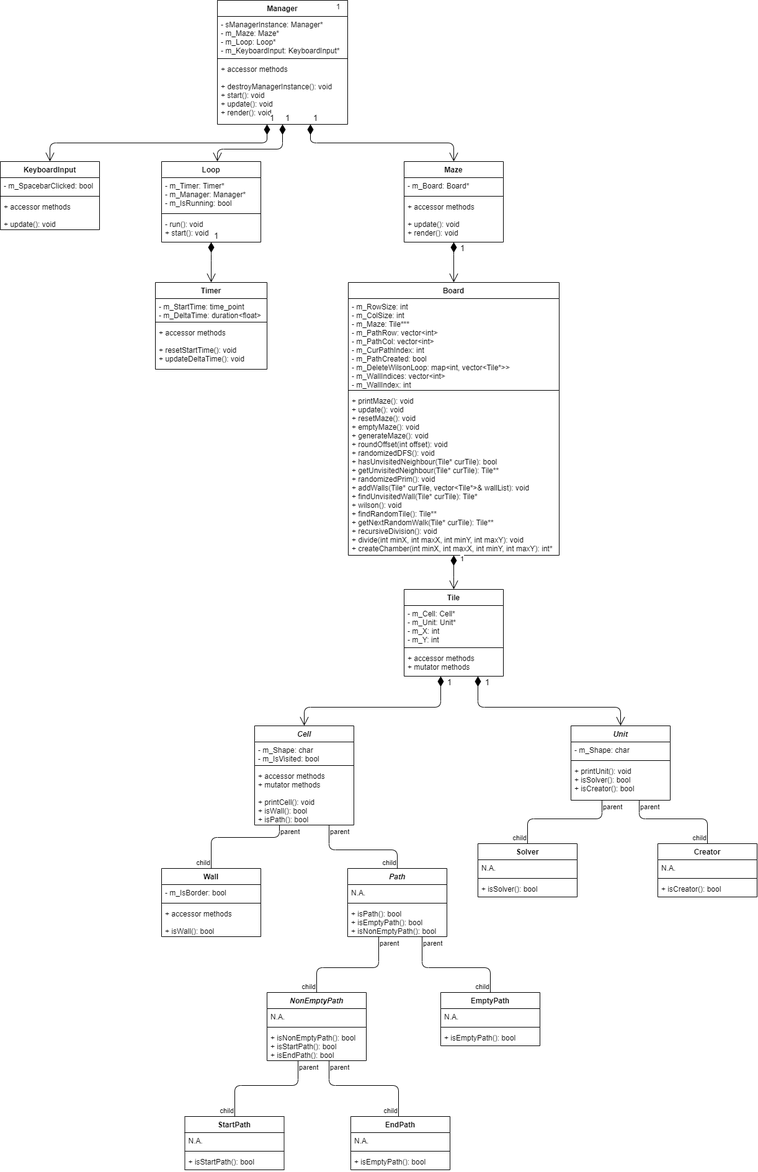
Dandoko/maze_craze keeps this draw.io diagram as assets/maze_class_diagram.png. Above is the earlier version. Source tidied: cells renumbered, new cells last; positions are measured from the earlier drawing's top-left corner, leaving out a move shared by most shapes.
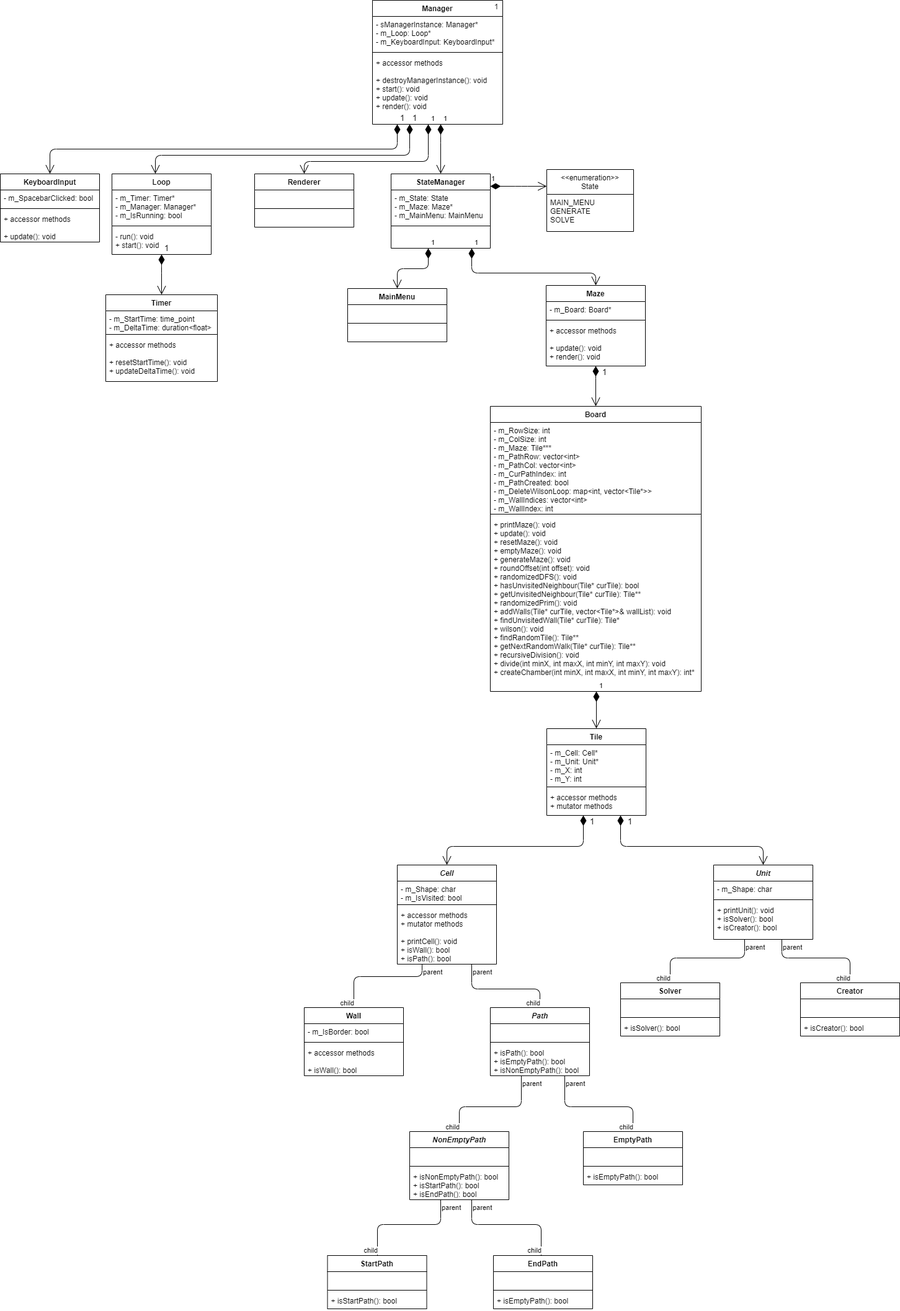
Above is the later version.

Commit message:
ver0025 desiging states

The edit, as a diff of the source:
```diff
@@ -5,3 +5,3 @@
     <mxCell id="2" value="Board" style="swimlane;fontStyle=1;align=center;verticalAlign=top;horizontal=1;startSize=26;" parent="1" vertex="1">
-      <mxGeometry x="561" y="455" width="340" height="440" as="geometry" />
+      <mxGeometry x="560" y="430" width="340" height="460" as="geometry" />
     </mxCell>
@@ -13,4 +13,4 @@
     </mxCell>
-    <mxCell id="5" value="+ printMaze(): void&#10;+ update(): void&#10;+ resetMaze(): void&#10;+ emptyMaze(): void&#10;+ generateMaze(): void&#10;+ roundOffset(int offset): void&#10;+ randomizedDFS(): void&#10;+ hasUnvisitedNeighbour(Tile* curTile): bool&#10;+ getUnvisitedNeighbour(Tile* curTile): Tile**&#10;+ randomizedPrim(): void&#10;+ addWalls(Tile* curTile, vector&lt;Tile*&gt;&amp; wallList): void&#10;+ findUnvisitedWall(Tile* curTile): Tile*&#10;+ wilson(): void&#10;+ findRandomTile(): Tile**&#10;+ getNextRandomWalk(Tile* curTile): Tile**&#10;+ recursiveDivision(): void&#10;+ divide(int minX, int maxX, int minY, int maxY): void&#10;+ createChamber(int minX, int maxX, int minY, int maxY): int*" style="text;strokeColor=none;fillColor=none;align=left;verticalAlign=top;spacingLeft=4;spacingRight=4;overflow=hidden;points=[[0,0.5],[1,0.5]];portConstraint=eastwest;" parent="2" vertex="1">
-      <mxGeometry y="178" width="340" height="262" as="geometry" />
+    <mxCell id="5" value="+ printMaze(): void&#10;+ update(): void&#10;+ resetMaze(): void&#10;+ emptyMaze(): void&#10;+ generateMaze(): void&#10;+ roundOffset(int offset): void&#10;+ randomizedDFS(): void&#10;+ hasUnvisitedNeighbour(Tile* curTile): bool&#10;+ getUnvisitedNeighbour(Tile* curTile): Tile**&#10;+ randomizedPrim(): void&#10;+ addWalls(Tile* curTile, vector&lt;Tile*&gt;&amp; wallList): void&#10;+ findUnvisitedWall(Tile* curTile): Tile*&#10;+ wilson(): void&#10;+ findRandomTile(): Tile**&#10;+ getNextRandomWalk(Tile* curTile): Tile**&#10;+ recursiveDivision(): void&#10;+ divide(int minX, int maxX, int minY, int maxY): void&#10;+ createChamber(int minX, int maxX, int minY, int maxY): int*&#10;" style="text;strokeColor=none;fillColor=none;align=left;verticalAlign=top;spacingLeft=4;spacingRight=4;overflow=hidden;points=[[0,0.5],[1,0.5]];portConstraint=eastwest;" parent="2" vertex="1">
+      <mxGeometry y="178" width="340" height="282" as="geometry" />
     </mxCell>
@@ -43,3 +43,3 @@
     </mxCell>
-    <mxCell id="15" value="N.A." style="text;strokeColor=none;fillColor=none;align=left;verticalAlign=top;spacingLeft=4;spacingRight=4;overflow=hidden;" parent="14" vertex="1">
+    <mxCell id="15" value=" " style="text;strokeColor=none;fillColor=none;align=left;verticalAlign=top;spacingLeft=4;spacingRight=4;overflow=hidden;" parent="14" vertex="1">
       <mxGeometry y="26" width="160" height="26" as="geometry" />
@@ -67,3 +67,3 @@
     </mxCell>
-    <mxCell id="23" value="N.A." style="text;strokeColor=none;fillColor=none;align=left;verticalAlign=top;spacingLeft=4;spacingRight=4;overflow=hidden;" parent="22" vertex="1">
+    <mxCell id="23" value=" " style="text;strokeColor=none;fillColor=none;align=left;verticalAlign=top;spacingLeft=4;spacingRight=4;overflow=hidden;" parent="22" vertex="1">
       <mxGeometry y="26" width="160" height="26" as="geometry" />
@@ -79,3 +79,3 @@
     </mxCell>
-    <mxCell id="27" value="N.A." style="text;strokeColor=none;fillColor=none;align=left;verticalAlign=top;spacingLeft=4;spacingRight=4;overflow=hidden;" parent="26" vertex="1">
+    <mxCell id="27" value=" " style="text;strokeColor=none;fillColor=none;align=left;verticalAlign=top;spacingLeft=4;spacingRight=4;overflow=hidden;" parent="26" vertex="1">
       <mxGeometry y="26" width="160" height="26" as="geometry" />
@@ -91,3 +91,3 @@
     </mxCell>
-    <mxCell id="31" value="N.A." style="text;strokeColor=none;fillColor=none;align=left;verticalAlign=top;spacingLeft=4;spacingRight=4;overflow=hidden;" parent="30" vertex="1">
+    <mxCell id="31" value=" " style="text;strokeColor=none;fillColor=none;align=left;verticalAlign=top;spacingLeft=4;spacingRight=4;overflow=hidden;" parent="30" vertex="1">
       <mxGeometry y="26" width="160" height="26" as="geometry" />
@@ -103,3 +103,3 @@
     </mxCell>
-    <mxCell id="35" value="N.A." style="text;strokeColor=none;fillColor=none;align=left;verticalAlign=top;spacingLeft=4;spacingRight=4;overflow=hidden;" parent="34" vertex="1">
+    <mxCell id="35" value=" " style="text;strokeColor=none;fillColor=none;align=left;verticalAlign=top;spacingLeft=4;spacingRight=4;overflow=hidden;" parent="34" vertex="1">
       <mxGeometry y="26" width="160" height="26" as="geometry" />
@@ -115,3 +115,3 @@
     </mxCell>
-    <mxCell id="39" value="N.A." style="text;strokeColor=none;fillColor=none;align=left;verticalAlign=top;spacingLeft=4;spacingRight=4;overflow=hidden;" parent="38" vertex="1">
+    <mxCell id="39" value=" " style="text;strokeColor=none;fillColor=none;align=left;verticalAlign=top;spacingLeft=4;spacingRight=4;overflow=hidden;" parent="38" vertex="1">
       <mxGeometry y="26" width="160" height="26" as="geometry" />
@@ -125,15 +125,15 @@
     <mxCell id="42" value="Manager" style="swimlane;fontStyle=1;align=center;verticalAlign=top;horizontal=1;startSize=26;" parent="1" vertex="1">
-      <mxGeometry x="350" width="210" height="200" as="geometry" />
+      <mxGeometry x="370" y="-225" width="210" height="200" as="geometry" />
     </mxCell>
-    <mxCell id="43" value="- sManagerInstance: Manager*&#10;- m_Maze: Maze*&#10;- m_Loop: Loop*&#10;- m_KeyboardInput: KeyboardInput*" style="text;strokeColor=none;fillColor=none;align=left;verticalAlign=top;spacingLeft=4;spacingRight=4;overflow=hidden;fontStyle=0;" parent="42" vertex="1">
-      <mxGeometry y="26" width="210" height="64" as="geometry" />
+    <mxCell id="43" value="- sManagerInstance: Manager*&#10;- m_Loop: Loop*&#10;- m_KeyboardInput: KeyboardInput*" style="text;strokeColor=none;fillColor=none;align=left;verticalAlign=top;spacingLeft=4;spacingRight=4;overflow=hidden;fontStyle=0;" parent="42" vertex="1">
+      <mxGeometry y="26" width="210" height="54" as="geometry" />
     </mxCell>
     <mxCell id="44" style="line;strokeWidth=1;fillColor=none;align=left;verticalAlign=middle;spacingTop=-1;spacingLeft=3;spacingRight=3;labelPosition=right;" parent="42" vertex="1">
-      <mxGeometry y="90" width="210" height="8" as="geometry" />
+      <mxGeometry y="80" width="210" height="8" as="geometry" />
     </mxCell>
     <mxCell id="45" value="+ accessor methods&#10;&#10;+ destroyManagerInstance(): void&#10;+ start(): void&#10;+ update(): void&#10;+ render(): void" style="text;strokeColor=none;fillColor=none;align=left;verticalAlign=top;spacingLeft=4;spacingRight=4;overflow=hidden;points=[[0,0.5],[1,0.5]];portConstraint=eastwest;fontStyle=0;" parent="42" vertex="1">
-      <mxGeometry y="98" width="210" height="102" as="geometry" />
+      <mxGeometry y="88" width="210" height="112" as="geometry" />
     </mxCell>
     <mxCell id="46" value="Loop" style="swimlane;fontStyle=1;align=center;verticalAlign=top;horizontal=1;startSize=26;" parent="1" vertex="1">
-      <mxGeometry x="260" y="260" width="160" height="130" as="geometry" />
+      <mxGeometry x="-50" y="55" width="160" height="130" as="geometry" />
     </mxCell>
@@ -149,3 +149,3 @@
     <mxCell id="50" value="Timer" style="swimlane;fontStyle=1;align=center;verticalAlign=top;horizontal=1;startSize=26;" parent="1" vertex="1">
-      <mxGeometry x="250" y="455" width="180" height="140" as="geometry" />
+      <mxGeometry x="-60" y="250" width="180" height="140" as="geometry" />
     </mxCell>
@@ -161,3 +161,3 @@
     <mxCell id="54" value="Maze" style="swimlane;fontStyle=1;align=center;verticalAlign=top;horizontal=1;startSize=26;" parent="1" vertex="1">
-      <mxGeometry x="651" y="260" width="160" height="130" as="geometry" />
+      <mxGeometry x="650" y="235" width="160" height="130" as="geometry" />
     </mxCell>
@@ -187,3 +187,3 @@
     </mxCell>
-    <mxCell id="63" value="N.A." style="text;strokeColor=none;fillColor=none;align=left;verticalAlign=top;spacingLeft=4;spacingRight=4;overflow=hidden;" parent="62" vertex="1">
+    <mxCell id="63" value=" " style="text;strokeColor=none;fillColor=none;align=left;verticalAlign=top;spacingLeft=4;spacingRight=4;overflow=hidden;" parent="62" vertex="1">
       <mxGeometry y="26" width="160" height="26" as="geometry" />
@@ -197,3 +197,3 @@
     <mxCell id="66" value="KeyboardInput" style="swimlane;fontStyle=1;align=center;verticalAlign=top;horizontal=1;startSize=26;" parent="1" vertex="1">
-      <mxGeometry y="260" width="160" height="110" as="geometry" />
+      <mxGeometry x="-230" y="55" width="160" height="110" as="geometry" />
     </mxCell>
@@ -209,12 +209,4 @@
     <mxCell id="70" value="1" style="text;html=1;strokeColor=none;fillColor=none;align=center;verticalAlign=middle;whiteSpace=wrap;rounded=0;" parent="1" vertex="1">
-      <mxGeometry x="525" width="40" height="20" as="geometry" />
+      <mxGeometry x="550" y="-225" width="40" height="20" as="geometry" />
     </mxCell>
-    <mxCell id="71" value="1" style="endArrow=open;html=1;endSize=12;startArrow=diamondThin;startSize=14;startFill=1;edgeStyle=orthogonalEdgeStyle;align=left;verticalAlign=bottom;fontSize=13;" parent="1" edge="1" source="45" target="54">
-      <mxGeometry x="-1" y="3" relative="1" as="geometry">
-        <Array as="points">
-          <mxPoint x="500" y="230" />
-          <mxPoint x="731" y="230" />
-        </Array>
-      </mxGeometry>
-    </mxCell>
     <mxCell id="72" value="1" style="endArrow=open;html=1;endSize=12;startArrow=diamondThin;startSize=14;startFill=1;edgeStyle=orthogonalEdgeStyle;align=left;verticalAlign=bottom;fontSize=13;" parent="1" edge="1" source="45" target="46">
@@ -222,4 +214,4 @@
         <Array as="points">
-          <mxPoint x="455" y="240" />
-          <mxPoint x="350" y="240" />
+          <mxPoint x="430" y="25" />
+          <mxPoint x="20" y="25" />
         </Array>
@@ -230,4 +222,4 @@
         <Array as="points">
-          <mxPoint x="340" y="410" />
-          <mxPoint x="340" y="410" />
+          <mxPoint x="30" y="205" />
+          <mxPoint x="30" y="205" />
         </Array>
@@ -238,4 +230,4 @@
         <Array as="points">
-          <mxPoint x="430" y="230" />
-          <mxPoint x="80" y="230" />
+          <mxPoint x="410" y="15" />
+          <mxPoint x="-150" y="15" />
         </Array>
@@ -246,4 +238,4 @@
         <Array as="points">
-          <mxPoint x="731" y="400" />
-          <mxPoint x="731" y="400" />
+          <mxPoint x="730" y="375" />
+          <mxPoint x="730" y="375" />
         </Array>
@@ -395,7 +387,45 @@
     </mxCell>
+    <mxCell id="103" value="Renderer" style="swimlane;fontStyle=1;align=center;verticalAlign=top;horizontal=1;startSize=26;" parent="1" vertex="1">
+      <mxGeometry x="180" y="55" width="160" height="86" as="geometry" />
+    </mxCell>
+    <mxCell id="104" value=" " style="text;strokeColor=none;fillColor=none;align=left;verticalAlign=top;spacingLeft=4;spacingRight=4;overflow=hidden;" parent="103" vertex="1">
+      <mxGeometry y="26" width="160" height="26" as="geometry" />
+    </mxCell>
+    <mxCell id="105" style="line;strokeWidth=1;fillColor=none;align=left;verticalAlign=middle;spacingTop=-1;spacingLeft=3;spacingRight=3;labelPosition=right;" parent="103" vertex="1">
+      <mxGeometry y="52" width="160" height="8" as="geometry" />
+    </mxCell>
+    <mxCell id="106" value=" " style="text;strokeColor=none;fillColor=none;align=left;verticalAlign=top;spacingLeft=4;spacingRight=4;overflow=hidden;" parent="103" vertex="1">
+      <mxGeometry y="60" width="160" height="26" as="geometry" />
+    </mxCell>
+    <mxCell id="107" value="StateManager" style="swimlane;fontStyle=1;align=center;verticalAlign=top;horizontal=1;startSize=26;" parent="1" vertex="1">
+      <mxGeometry x="400" y="55" width="160" height="120" as="geometry" />
+    </mxCell>
+    <mxCell id="108" value="- m_State: State&#10;- m_Maze: Maze*&#10;- m_MainMenu: MainMenu" style="text;strokeColor=none;fillColor=none;align=left;verticalAlign=top;spacingLeft=4;spacingRight=4;overflow=hidden;" parent="107" vertex="1">
+      <mxGeometry y="26" width="160" height="54" as="geometry" />
+    </mxCell>
+    <mxCell id="109" style="line;strokeWidth=1;fillColor=none;align=left;verticalAlign=middle;spacingTop=-1;spacingLeft=3;spacingRight=3;labelPosition=right;" parent="107" vertex="1">
+      <mxGeometry y="80" width="160" height="8" as="geometry" />
+    </mxCell>
+    <mxCell id="110" value=" " style="text;strokeColor=none;fillColor=none;align=left;verticalAlign=top;spacingLeft=4;spacingRight=4;overflow=hidden;points=[[0,0.5],[1,0.5]];portConstraint=eastwest;" parent="107" vertex="1">
+      <mxGeometry y="88" width="160" height="32" as="geometry" />
+    </mxCell>
+    <mxCell id="111" value="1" style="endArrow=open;html=1;endSize=12;startArrow=diamondThin;startSize=14;startFill=1;edgeStyle=orthogonalEdgeStyle;align=left;verticalAlign=bottom;" parent="1" edge="1" source="45" target="107">
+      <mxGeometry x="-1" y="3" relative="1" as="geometry">
+        <Array as="points">
+          <mxPoint x="480" y="-5" />
+          <mxPoint x="480" y="-5" />
+        </Array>
+      </mxGeometry>
+    </mxCell>
+    <mxCell id="112" value="&lt;&lt;enumeration&gt;&gt;&#10;State" style="swimlane;fontStyle=0;horizontal=1;startSize=40;fillColor=none;" parent="1" vertex="1">
+      <mxGeometry x="651" y="48" width="140" height="100" as="geometry" />
+    </mxCell>
+    <mxCell id="113" value="MAIN_MENU&#10;GENERATE&#10;SOLVE" style="text;strokeColor=none;fillColor=none;align=left;verticalAlign=top;spacingLeft=4;spacingRight=4;overflow=hidden;" parent="112" vertex="1">
+      <mxGeometry y="40" width="140" height="60" as="geometry" />
+    </mxCell>
     <mxCell id="102" value="1" style="endArrow=open;html=1;endSize=12;startArrow=diamondThin;startSize=14;startFill=1;edgeStyle=orthogonalEdgeStyle;align=left;verticalAlign=bottom;" parent="1" edge="1" source="5" target="6">
-      <mxGeometry x="-0.45" y="9" relative="1" as="geometry">
+      <mxGeometry x="-1" y="3" relative="1" as="geometry">
         <Array as="points">
-          <mxPoint x="731" y="940" />
-          <mxPoint x="731" y="940" />
+          <mxPoint x="731" y="895" />
+          <mxPoint x="731" y="895" />
         </Array>
@@ -403,2 +433,46 @@
     </mxCell>
+    <mxCell id="114" value="MainMenu" style="swimlane;fontStyle=1;align=center;verticalAlign=top;horizontal=1;startSize=26;" parent="1" vertex="1">
+      <mxGeometry x="330" y="240" width="160" height="86" as="geometry" />
+    </mxCell>
+    <mxCell id="115" value=" " style="text;strokeColor=none;fillColor=none;align=left;verticalAlign=top;spacingLeft=4;spacingRight=4;overflow=hidden;" parent="114" vertex="1">
+      <mxGeometry y="26" width="160" height="26" as="geometry" />
+    </mxCell>
+    <mxCell id="116" style="line;strokeWidth=1;fillColor=none;align=left;verticalAlign=middle;spacingTop=-1;spacingLeft=3;spacingRight=3;labelPosition=right;" parent="114" vertex="1">
+      <mxGeometry y="52" width="160" height="8" as="geometry" />
+    </mxCell>
+    <mxCell id="117" value=" " style="text;strokeColor=none;fillColor=none;align=left;verticalAlign=top;spacingLeft=4;spacingRight=4;overflow=hidden;" parent="114" vertex="1">
+      <mxGeometry y="60" width="160" height="26" as="geometry" />
+    </mxCell>
+    <mxCell id="118" value="1" style="endArrow=open;html=1;endSize=12;startArrow=diamondThin;startSize=14;startFill=1;edgeStyle=orthogonalEdgeStyle;align=left;verticalAlign=bottom;" parent="1" edge="1" source="107" target="112">
+      <mxGeometry x="-1" y="3" relative="1" as="geometry">
+        <Array as="points">
+          <mxPoint x="610" y="75" />
+          <mxPoint x="610" y="75" />
+        </Array>
+      </mxGeometry>
+    </mxCell>
+    <mxCell id="119" value="1" style="endArrow=open;html=1;endSize=12;startArrow=diamondThin;startSize=14;startFill=1;edgeStyle=orthogonalEdgeStyle;align=left;verticalAlign=bottom;" parent="1" edge="1" source="45" target="103">
+      <mxGeometry x="-1" y="3" relative="1" as="geometry">
+        <Array as="points">
+          <mxPoint x="460" y="35" />
+          <mxPoint x="260" y="35" />
+        </Array>
+      </mxGeometry>
+    </mxCell>
+    <mxCell id="120" value="1" style="endArrow=open;html=1;endSize=12;startArrow=diamondThin;startSize=14;startFill=1;edgeStyle=orthogonalEdgeStyle;align=left;verticalAlign=bottom;" parent="1" edge="1" source="110" target="114">
+      <mxGeometry x="-1" y="3" relative="1" as="geometry">
+        <Array as="points">
+          <mxPoint x="460" y="208" />
+          <mxPoint x="410" y="208" />
+        </Array>
+      </mxGeometry>
+    </mxCell>
+    <mxCell id="121" value="1" style="endArrow=open;html=1;endSize=12;startArrow=diamondThin;startSize=14;startFill=1;edgeStyle=orthogonalEdgeStyle;align=left;verticalAlign=bottom;" parent="1" edge="1" source="110" target="54">
+      <mxGeometry x="-1" y="3" relative="1" as="geometry">
+        <Array as="points">
+          <mxPoint x="530" y="215" />
+          <mxPoint x="730" y="215" />
+        </Array>
+      </mxGeometry>
+    </mxCell>
   </root>
```
